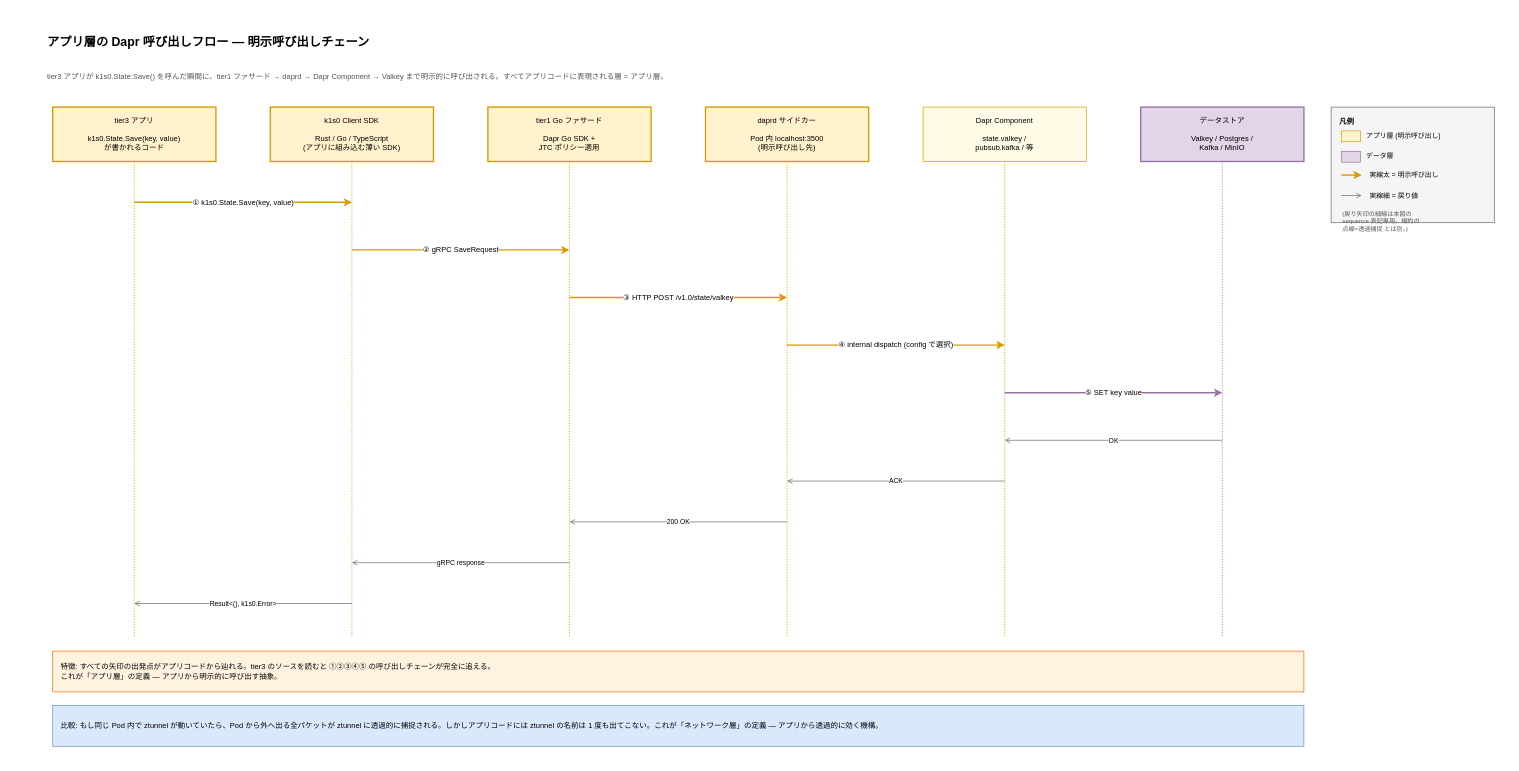
Above: docs/02_構想設計/01_アーキテクチャ/img/アプリ層_Dapr呼び出しフロー.drawio in RyuheiKiso/k1s0 (draw.io), before the change. Source tidied: cells renumbered, new cells numbered last; positions are measured from the earlier drawing's top-left corner, leaving out a move shared by most shapes. Both pictures are drawn from the tidied source at 68%, with x=0, y=0 at pixel (12, 12).
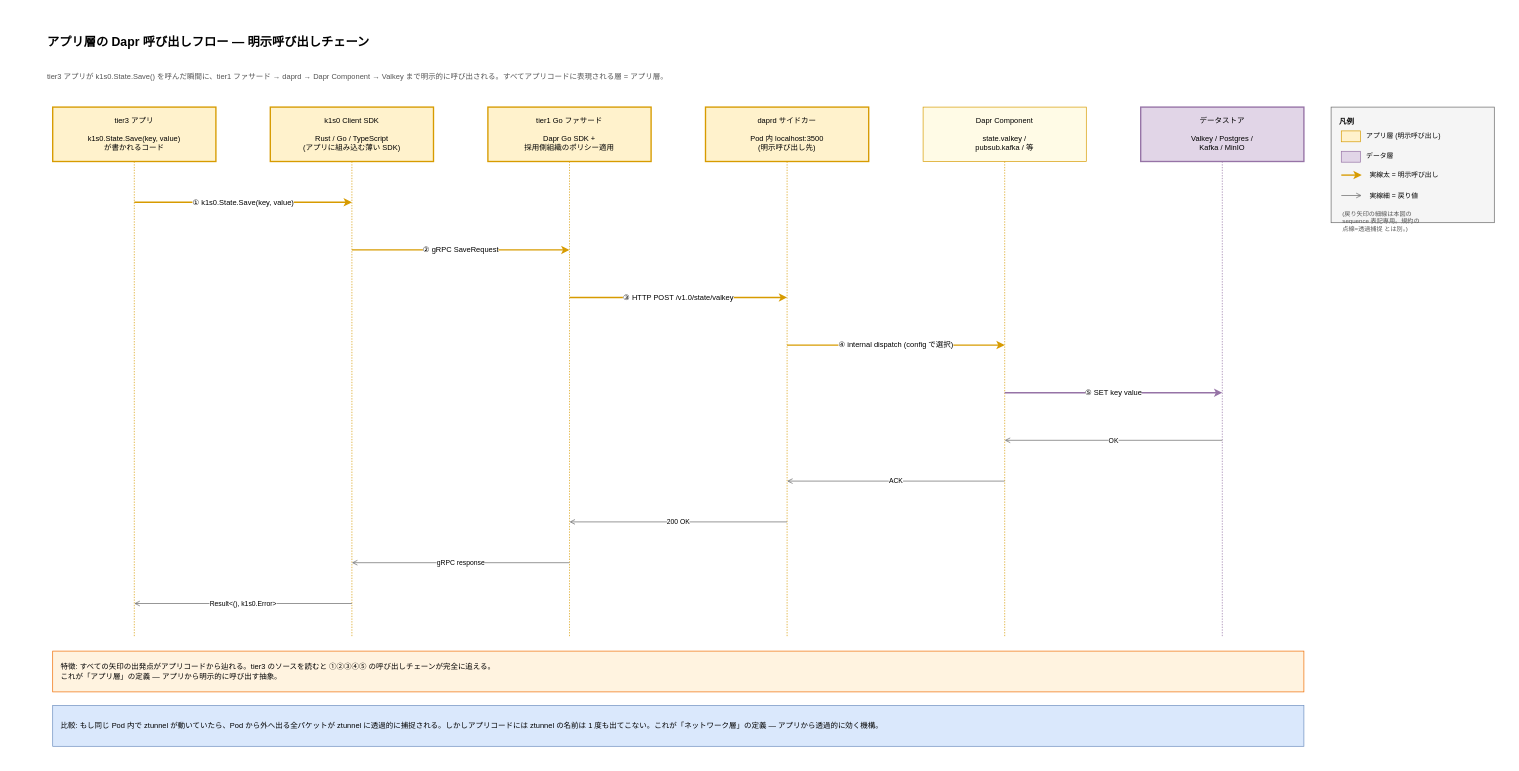
The same diagram, later.

What changed in the source:
```diff
@@
-    <mxCell id="7" value="tier1 Go ファサード&#10;&#10;Dapr Go SDK +&#10;JTC ポリシー適用" style="rounded=0;whiteSpace=wrap;html=1;fillColor=#fff2cc;strokeColor=#d79b00;strokeWidth=2;fontSize=11;verticalAlign=middle;align=center;" parent="1" vertex="1">
+    <mxCell id="7" value="tier1 Go ファサード&#10;&#10;Dapr Go SDK +&#10;採用側組織のポリシー適用" style="rounded=0;whiteSpace=wrap;html=1;fillColor=#fff2cc;strokeColor=#d79b00;strokeWidth=2;fontSize=11;verticalAlign=middle;align=center;" parent="1" vertex="1">
       <mxGeometry x="700" y="140" width="240" height="80" as="geometry" />
     </mxCell>
```
